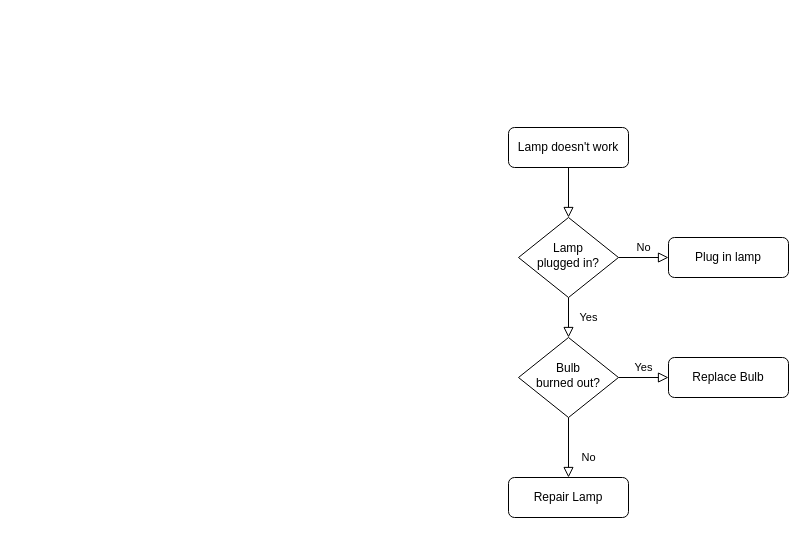
Above: category-api Diagram.drawio in sjhsjh721/gnb-test (draw.io), before the change. Source tidied: cells renumbered, new cells numbered last; positions are measured from the earlier drawing's top-left corner, leaving out a move shared by most shapes. Both pictures are drawn from the tidied source at 100%, with x=0, y=0 at pixel (508, 127).
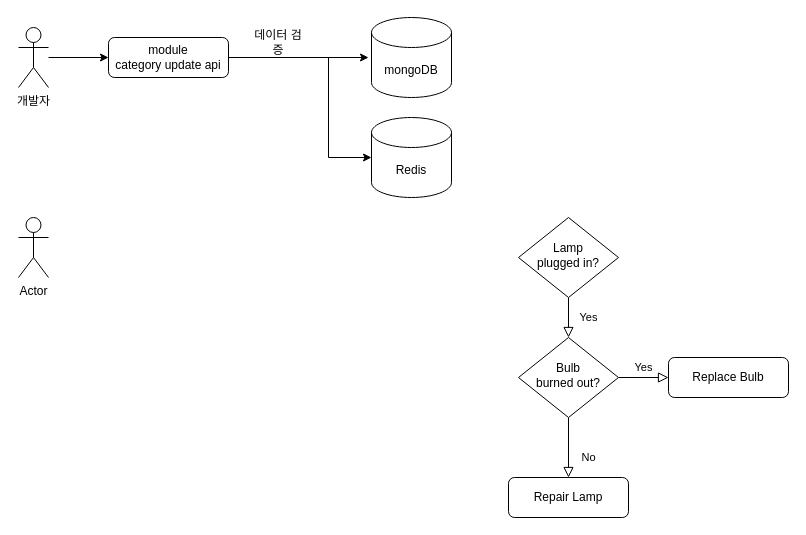
After the change.

The change refers to these unchanged cells:
```xml
<mxCell id="6" value="Lamp&lt;br&gt;plugged in?" style="rhombus;whiteSpace=wrap;html=1;shadow=0;fontFamily=Helvetica;fontSize=12;align=center;strokeWidth=1;spacing=6;spacingTop=-4;" parent="1" vertex="1">
  <mxGeometry x="10" y="90" width="100" height="80" as="geometry" />
</mxCell>
```

What changed in the source:
```diff
@@
-    <mxCell id="2" style="rounded=0;html=1;jettySize=auto;fontSize=11;endArrow=block;endFill=0;endSize=8;strokeWidth=1;shadow=0;labelBackgroundColor=none;edgeStyle=orthogonalEdgeStyle;" parent="1" edge="1" source="3" target="6">
-      <mxGeometry relative="1" as="geometry" />
-    </mxCell>
-    <mxCell id="3" value="Lamp doesn't work" style="rounded=1;whiteSpace=wrap;html=1;fontSize=12;glass=0;strokeWidth=1;shadow=0;" parent="1" vertex="1">
-      <mxGeometry width="120" height="40" as="geometry" />
+    <mxCell id="3" value="module&lt;br&gt;category update api" style="rounded=1;whiteSpace=wrap;html=1;fontSize=12;glass=0;strokeWidth=1;shadow=0;" parent="1" vertex="1">
+      <mxGeometry x="-400" y="-90" width="120" height="40" as="geometry" />
     </mxCell>
@@
-    <mxCell id="5" value="No" style="edgeStyle=orthogonalEdgeStyle;rounded=0;html=1;jettySize=auto;fontSize=11;endArrow=block;endFill=0;endSize=8;strokeWidth=1;shadow=0;labelBackgroundColor=none;" parent="1" edge="1" source="6" target="7">
-      <mxGeometry y="10" relative="1" as="geometry" />
-    </mxCell>
@@
-    <mxCell id="7" value="Plug in lamp" style="rounded=1;whiteSpace=wrap;html=1;fontSize=12;glass=0;strokeWidth=1;shadow=0;" parent="1" vertex="1">
-      <mxGeometry x="160" y="110" width="120" height="40" as="geometry" />
-    </mxCell>
@@
+    <mxCell id="13" style="edgeStyle=orthogonalEdgeStyle;rounded=0;jettySize=auto;html=1;" parent="1" edge="1" source="14">
+      <mxGeometry relative="1" as="geometry">
+        <mxPoint x="-400" y="-70" as="targetPoint" />
+        <Array as="points">
+          <mxPoint x="-475" y="-80" />
+        </Array>
+      </mxGeometry>
+    </mxCell>
+    <mxCell id="14" value="개발자" style="shape=umlActor;verticalLabelPosition=bottom;verticalAlign=top;html=1;outlineConnect=0;" parent="1" vertex="1">
+      <mxGeometry x="-490" y="-100" width="30" height="60" as="geometry" />
+    </mxCell>
+    <mxCell id="15" value="Actor" style="shape=umlActor;verticalLabelPosition=bottom;verticalAlign=top;html=1;" parent="1" vertex="1">
+      <mxGeometry x="-490" y="90" width="30" height="60" as="geometry" />
+    </mxCell>
+    <mxCell id="16" style="endArrow=classic;html=1;rounded=0;exitX=1;exitY=0.5;exitDx=0;exitDy=0;" parent="1" edge="1" source="3">
+      <mxGeometry relative="1" as="geometry">
+        <mxPoint x="-140" y="-70" as="targetPoint" />
+      </mxGeometry>
+    </mxCell>
+    <mxCell id="17" value="mongoDB" style="shape=cylinder3;whiteSpace=wrap;html=1;boundedLbl=1;backgroundOutline=1;size=15;" parent="1" vertex="1">
+      <mxGeometry x="-137" y="-110" width="80" height="80" as="geometry" />
+    </mxCell>
+    <mxCell id="18" style="edgeStyle=elbowEdgeStyle;elbow=horizontal;endArrow=classic;html=1;rounded=0;" parent="1" edge="1" target="19">
+      <mxGeometry relative="1" as="geometry">
+        <mxPoint x="-260" y="-70" as="sourcePoint" />
+        <Array as="points">
+          <mxPoint x="-180" y="-30" />
+          <mxPoint x="-260" y="-30" />
+        </Array>
+      </mxGeometry>
+    </mxCell>
+    <mxCell id="19" value="Redis" style="shape=cylinder3;whiteSpace=wrap;html=1;boundedLbl=1;backgroundOutline=1;size=15;" parent="1" vertex="1">
+      <mxGeometry x="-137" y="-10" width="80" height="80" as="geometry" />
+    </mxCell>
+    <mxCell id="20" value="데이터 검증" style="text;html=1;strokeColor=none;fillColor=none;align=center;verticalAlign=middle;whiteSpace=wrap;rounded=0;" parent="1" vertex="1">
+      <mxGeometry x="-260" y="-100" width="60" height="30" as="geometry" />
+    </mxCell>
```
